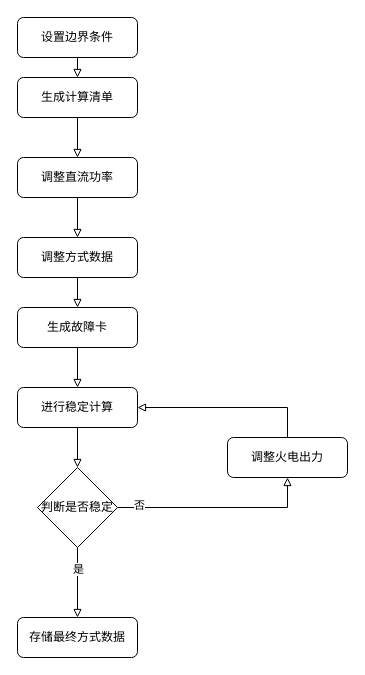
Earlier version of the draw.io diagram 未命名绘图.drawio (Ailcever/Python). Source tidied: cells renumbered, new cells numbered last; positions are measured from the earlier drawing's top-left corner, leaving out a move shared by most shapes. Both pictures are drawn from the tidied source at 100%, with x=0, y=0 at pixel (17, 17).
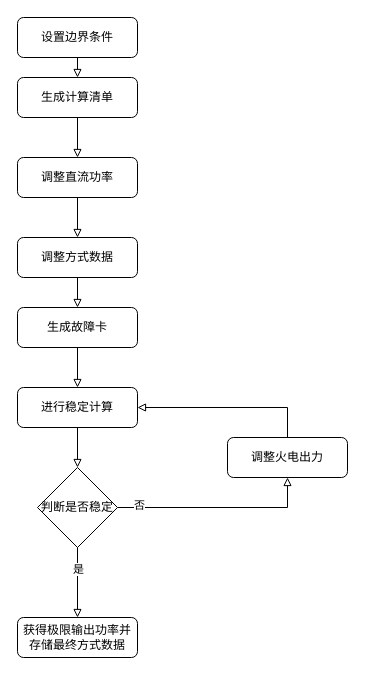
After the change.

Commit message:
更新未命名绘图.drawio

What changed in the source:
```diff
@@
-    <mxCell id="21" value="存储最终方式数据" style="rounded=1;whiteSpace=wrap;html=1;fontSize=12;glass=0;strokeWidth=1;shadow=0;" parent="1" vertex="1">
+    <mxCell id="21" value="获得极限输出功率并存储最终方式数据" style="rounded=1;whiteSpace=wrap;html=1;fontSize=12;glass=0;strokeWidth=1;shadow=0;" parent="1" vertex="1">
       <mxGeometry y="600" width="120" height="40" as="geometry" />
     </mxCell>
```
